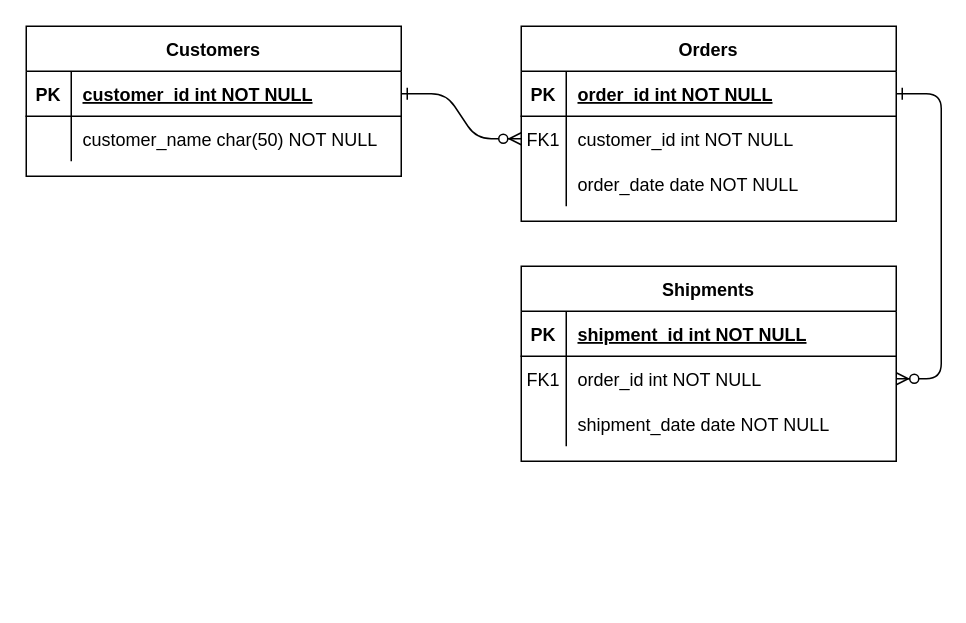
This is Diagrama sem nome.drawio from LuizBarros-code/Desafio_1_santa, a draw.io file, before an edit. Source tidied: cells renumbered, new cells numbered last; positions are measured from the earlier drawing's top-left corner, leaving out a move shared by most shapes. Both pictures are drawn from the tidied source at 150%, with x=0, y=0 at pixel (26, 26).
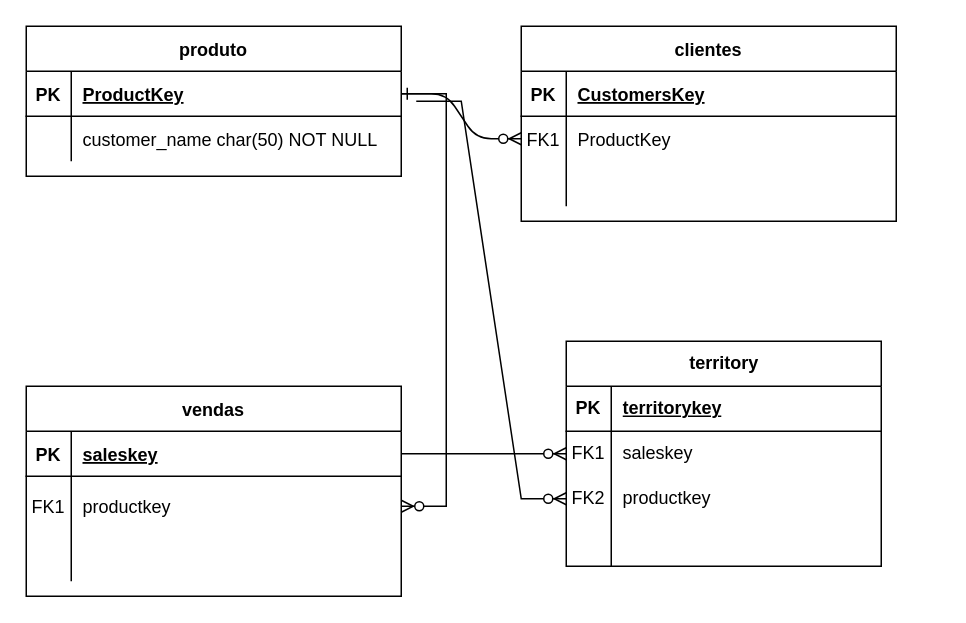
Above is the later version.

Unchanged cells that the change refers to:
```xml
<mxCell id="5" style="shape=partialRectangle;fillColor=none;points=[[0,0.5],[1,0.5]];portConstraint=eastwest;top=0;left=0;right=0;bottom=1;" parent="4" vertex="1">
  <mxGeometry y="30" width="250" height="30" as="geometry" />
</mxCell>
<mxCell id="8" style="shape=partialRectangle;fillColor=none;points=[[0,0.5],[1,0.5]];portConstraint=eastwest;top=0;left=0;right=0;bottom=0;" parent="4" vertex="1">
  <mxGeometry y="60" width="250" height="30" as="geometry" />
</mxCell>
<mxCell id="11" style="shape=partialRectangle;fillColor=none;top=0;left=0;right=0;bottom=0;" parent="4" vertex="1">
  <mxGeometry y="90" width="250" height="30" as="geometry" />
</mxCell>
<mxCell id="15" style="shape=partialRectangle;fillColor=none;points=[[0,0.5],[1,0.5]];portConstraint=eastwest;top=0;left=0;right=0;bottom=1;" parent="14" vertex="1">
  <mxGeometry y="30" width="250" height="30" as="geometry" />
</mxCell>
<mxCell id="25" style="shape=partialRectangle;fillColor=none;points=[[0,0.5],[1,0.5]];portConstraint=eastwest;top=0;left=0;right=0;bottom=1;" parent="24" vertex="1">
  <mxGeometry y="30" width="250" height="30" as="geometry" />
</mxCell>
```

Change to the diagram source:
```diff
@@
-    <mxCell id="3" style="edgeStyle=entityRelationEdgeStyle;endArrow=ERzeroToMany;startArrow=ERone;endFill=1;startFill=0;" parent="1" edge="1" source="5" target="18">
-      <mxGeometry relative="1" as="geometry" />
-    </mxCell>
-    <mxCell id="4" value="Orders" style="shape=table;startSize=30;childLayout=tableLayout;rowLines=0;fontStyle=1;align=center;" parent="1" vertex="1">
+    <mxCell id="4" value="clientes" style="shape=table;startSize=30;childLayout=tableLayout;rowLines=0;fontStyle=1;align=center;" parent="1" vertex="1">
       <mxGeometry x="330" width="250" height="130" as="geometry" />
     </mxCell>
@@
-    <mxCell id="7" value="order_id int NOT NULL " style="shape=partialRectangle;overflow=hidden;fillColor=none;top=0;left=0;bottom=0;right=0;align=left;spacingLeft=6;fontStyle=5;" parent="5" vertex="1">
+    <mxCell id="7" value="CustomersKey" style="shape=partialRectangle;overflow=hidden;fillColor=none;top=0;left=0;bottom=0;right=0;align=left;spacingLeft=6;fontStyle=5;" parent="5" vertex="1">
       <mxGeometry x="30" width="220" height="30" as="geometry" />
     </mxCell>
@@
-    <mxCell id="10" value="customer_id int NOT NULL" style="shape=partialRectangle;overflow=hidden;fillColor=none;top=0;left=0;bottom=0;right=0;align=left;spacingLeft=6;" parent="8" vertex="1">
+    <mxCell id="10" value="ProductKey" style="shape=partialRectangle;overflow=hidden;fillColor=none;top=0;left=0;bottom=0;right=0;align=left;spacingLeft=6;" parent="8" vertex="1">
       <mxGeometry x="30" width="220" height="30" as="geometry" />
     </mxCell>
@@
-    <mxCell id="13" value="order_date date NOT NULL" style="shape=partialRectangle;overflow=hidden;fillColor=none;top=0;left=0;bottom=0;right=0;align=left;spacingLeft=6;" parent="11" vertex="1">
+    <mxCell id="13" style="shape=partialRectangle;overflow=hidden;fillColor=none;top=0;left=0;bottom=0;right=0;align=left;spacingLeft=6;" parent="11" vertex="1">
       <mxGeometry x="30" width="220" height="30" as="geometry" />
     </mxCell>
-    <mxCell id="14" value="Shipments" style="shape=table;startSize=30;childLayout=tableLayout;rowLines=0;fontStyle=1;align=center;" parent="1" vertex="1">
-      <mxGeometry x="330" y="160" width="250" height="130" as="geometry" />
+    <mxCell id="14" value="vendas" style="shape=table;startSize=30;childLayout=tableLayout;rowLines=0;fontStyle=1;align=center;" parent="1" vertex="1">
+      <mxGeometry y="240" width="250" height="140" as="geometry" />
     </mxCell>
@@
-    <mxCell id="17" value="shipment_id int NOT NULL " style="shape=partialRectangle;overflow=hidden;fillColor=none;top=0;left=0;bottom=0;right=0;align=left;spacingLeft=6;fontStyle=5;" parent="15" vertex="1">
+    <mxCell id="17" value="saleskey" style="shape=partialRectangle;overflow=hidden;fillColor=none;top=0;left=0;bottom=0;right=0;align=left;spacingLeft=6;fontStyle=5;" parent="15" vertex="1">
       <mxGeometry x="30" width="220" height="30" as="geometry" />
     </mxCell>
     <mxCell id="18" style="shape=partialRectangle;fillColor=none;points=[[0,0.5],[1,0.5]];portConstraint=eastwest;top=0;left=0;right=0;bottom=0;" parent="14" vertex="1">
-      <mxGeometry y="60" width="250" height="30" as="geometry" />
+      <mxGeometry y="60" width="250" height="40" as="geometry" />
     </mxCell>
     <mxCell id="19" value="FK1" style="shape=partialRectangle;overflow=hidden;fillColor=none;top=0;left=0;bottom=0;right=0;" parent="18" vertex="1">
-      <mxGeometry width="30" height="30" as="geometry" />
+      <mxGeometry width="30" height="40" as="geometry" />
     </mxCell>
-    <mxCell id="20" value="order_id int NOT NULL" style="shape=partialRectangle;overflow=hidden;fillColor=none;top=0;left=0;bottom=0;right=0;align=left;spacingLeft=6;" parent="18" vertex="1">
-      <mxGeometry x="30" width="220" height="30" as="geometry" />
+    <mxCell id="20" value="productkey" style="shape=partialRectangle;overflow=hidden;fillColor=none;top=0;left=0;bottom=0;right=0;align=left;spacingLeft=6;" parent="18" vertex="1">
+      <mxGeometry x="30" width="220" height="40" as="geometry" />
     </mxCell>
     <mxCell id="21" style="shape=partialRectangle;fillColor=none;top=0;left=0;right=0;bottom=0;" parent="14" vertex="1">
-      <mxGeometry y="90" width="250" height="30" as="geometry" />
+      <mxGeometry y="100" width="250" height="30" as="geometry" />
     </mxCell>
@@
-    <mxCell id="23" value="shipment_date date NOT NULL" style="shape=partialRectangle;overflow=hidden;fillColor=none;top=0;left=0;bottom=0;right=0;align=left;spacingLeft=6;" parent="21" vertex="1">
+    <mxCell id="23" style="shape=partialRectangle;overflow=hidden;fillColor=none;top=0;left=0;bottom=0;right=0;align=left;spacingLeft=6;" parent="21" vertex="1">
       <mxGeometry x="30" width="220" height="30" as="geometry" />
     </mxCell>
-    <mxCell id="24" value="Customers" style="shape=table;startSize=30;childLayout=tableLayout;rowLines=0;fontStyle=1;align=center;" parent="1" vertex="1">
+    <mxCell id="24" value="produto" style="shape=table;startSize=30;childLayout=tableLayout;rowLines=0;fontStyle=1;align=center;" parent="1" vertex="1">
       <mxGeometry width="250" height="100" as="geometry" />
     </mxCell>
@@
-    <mxCell id="27" value="customer_id int NOT NULL " style="shape=partialRectangle;overflow=hidden;fillColor=none;top=0;left=0;bottom=0;right=0;align=left;spacingLeft=6;fontStyle=5;" parent="25" vertex="1">
+    <mxCell id="27" value="ProductKey" style="shape=partialRectangle;overflow=hidden;fillColor=none;top=0;left=0;bottom=0;right=0;align=left;spacingLeft=6;fontStyle=5;" parent="25" vertex="1">
       <mxGeometry x="30" width="220" height="30" as="geometry" />
     </mxCell>
@@
+    <mxCell id="31" value="territory" style="shape=table;startSize=30;childLayout=tableLayout;rowLines=0;fontStyle=1;align=center;html=1;" parent="1" vertex="1">
+      <mxGeometry x="360" y="210" width="210" height="150" as="geometry" />
+    </mxCell>
+    <mxCell id="32" style="shape=tableRow;horizontal=0;startSize=0;swimlaneHead=0;swimlaneBody=0;fillColor=none;top=0;left=0;right=0;bottom=1;" parent="31" vertex="1">
+      <mxGeometry y="30" width="210" height="30" as="geometry" />
+    </mxCell>
+    <mxCell id="33" value="PK" style="shape=partialRectangle;fillColor=none;top=0;left=0;bottom=0;right=0;fontStyle=1;overflow=hidden;whiteSpace=wrap;html=1;" parent="32" vertex="1">
+      <mxGeometry width="30" height="30" as="geometry" />
+    </mxCell>
+    <mxCell id="34" value="territorykey" style="shape=partialRectangle;fillColor=none;top=0;left=0;bottom=0;right=0;align=left;spacingLeft=6;fontStyle=5;overflow=hidden;whiteSpace=wrap;html=1;" parent="32" vertex="1">
+      <mxGeometry x="30" width="180" height="30" as="geometry" />
+    </mxCell>
+    <mxCell id="35" style="shape=tableRow;horizontal=0;startSize=0;swimlaneHead=0;swimlaneBody=0;fillColor=none;points=[[0,0.5],[1,0.5]];portConstraint=eastwest;top=0;left=0;right=0;bottom=0;" parent="31" vertex="1">
+      <mxGeometry y="60" width="210" height="30" as="geometry" />
+    </mxCell>
+    <mxCell id="36" value="FK1" style="shape=partialRectangle;fillColor=none;top=0;left=0;bottom=0;right=0;overflow=hidden;whiteSpace=wrap;html=1;" parent="35" vertex="1">
+      <mxGeometry width="30" height="30" as="geometry" />
+    </mxCell>
+    <mxCell id="37" value="saleskey" style="shape=partialRectangle;fillColor=none;top=0;left=0;bottom=0;right=0;align=left;spacingLeft=6;overflow=hidden;whiteSpace=wrap;html=1;" parent="35" vertex="1">
+      <mxGeometry x="30" width="180" height="30" as="geometry" />
+    </mxCell>
+    <mxCell id="38" style="shape=tableRow;horizontal=0;startSize=0;swimlaneHead=0;swimlaneBody=0;fillColor=none;points=[[0,0.5],[1,0.5]];portConstraint=eastwest;top=0;left=0;right=0;bottom=0;" parent="31" vertex="1">
+      <mxGeometry y="90" width="210" height="30" as="geometry" />
+    </mxCell>
+    <mxCell id="39" value="FK2" style="shape=partialRectangle;fillColor=none;top=0;left=0;bottom=0;right=0;overflow=hidden;whiteSpace=wrap;html=1;" parent="38" vertex="1">
+      <mxGeometry width="30" height="30" as="geometry" />
+    </mxCell>
+    <mxCell id="40" value="productkey" style="shape=partialRectangle;fillColor=none;top=0;left=0;bottom=0;right=0;align=left;spacingLeft=6;overflow=hidden;whiteSpace=wrap;html=1;" parent="38" vertex="1">
+      <mxGeometry x="30" width="180" height="30" as="geometry" />
+    </mxCell>
+    <mxCell id="41" style="shape=tableRow;horizontal=0;startSize=0;swimlaneHead=0;swimlaneBody=0;fillColor=none;top=0;left=0;right=0;bottom=0;" parent="31" vertex="1">
+      <mxGeometry y="120" width="210" height="30" as="geometry" />
+    </mxCell>
+    <mxCell id="42" style="shape=partialRectangle;fillColor=none;top=0;left=0;bottom=0;right=0;overflow=hidden;whiteSpace=wrap;html=1;" parent="41" vertex="1">
+      <mxGeometry width="30" height="30" as="geometry" />
+    </mxCell>
+    <mxCell id="43" style="shape=partialRectangle;fillColor=none;top=0;left=0;bottom=0;right=0;align=left;spacingLeft=6;overflow=hidden;whiteSpace=wrap;html=1;" parent="41" vertex="1">
+      <mxGeometry x="30" width="180" height="30" as="geometry" />
+    </mxCell>
+    <mxCell id="44" style="edgeStyle=entityRelationEdgeStyle;fontSize=12;html=1;endArrow=ERzeroToMany;endFill=1;rounded=0;exitX=1;exitY=0.5;exitDx=0;exitDy=0;entryX=1;entryY=0.5;entryDx=0;entryDy=0;" parent="1" edge="1" source="25" target="18">
+      <mxGeometry relative="1" as="geometry" />
+    </mxCell>
+    <mxCell id="45" style="edgeStyle=entityRelationEdgeStyle;fontSize=12;html=1;endArrow=ERzeroToMany;endFill=1;rounded=0;exitX=1;exitY=0.5;exitDx=0;exitDy=0;entryX=0;entryY=0.5;entryDx=0;entryDy=0;" parent="1" edge="1" source="15" target="35">
+      <mxGeometry relative="1" as="geometry" />
+    </mxCell>
+    <mxCell id="46" style="edgeStyle=entityRelationEdgeStyle;fontSize=12;html=1;endArrow=ERzeroToMany;endFill=1;rounded=0;entryX=0;entryY=0.5;entryDx=0;entryDy=0;" parent="1" edge="1" target="38">
+      <mxGeometry relative="1" as="geometry">
+        <mxPoint x="260" y="50" as="sourcePoint" />
+      </mxGeometry>
+    </mxCell>
```
